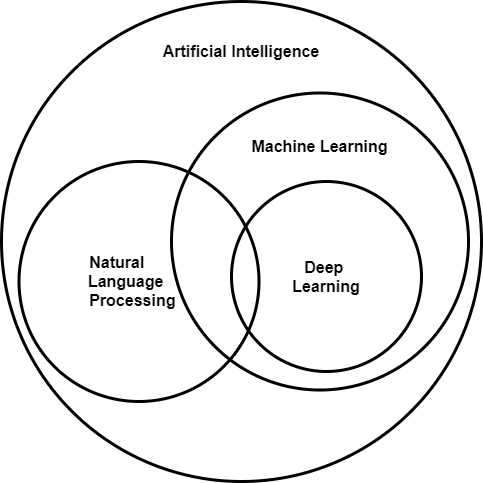
satishgunjal/Images keeps this draw.io diagram as NLP_Venn.png. Above is the earlier version. Source tidied: cells renumbered, new cells last; positions are measured from the earlier drawing's top-left corner, leaving out a move shared by most shapes.
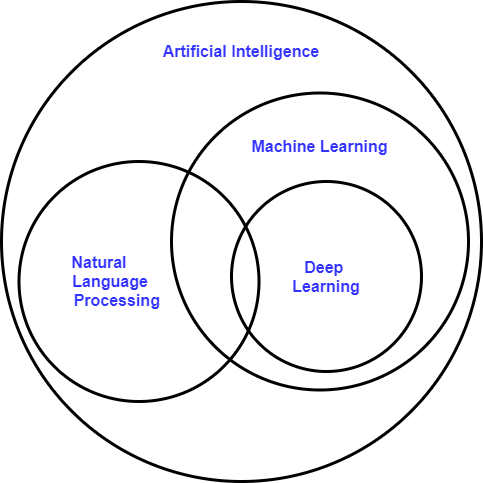
The same file after the commit.

Diff of the diagram source:
```diff
@@ -2,16 +2,16 @@
   <root>
     <mxCell id="0" />
     <mxCell id="1" parent="0" />
-    <mxCell id="2" value="&lt;span style=&quot;font-family: &amp;#34;helvetica&amp;#34; ; font-size: 16px ; font-weight: 700&quot;&gt;Artificial Intelligence&lt;br&gt;&lt;br&gt;&lt;br&gt;&lt;br&gt;&lt;br&gt;&lt;br&gt;&lt;br&gt;&lt;br&gt;&lt;br&gt;&lt;br&gt;&lt;br&gt;&lt;br&gt;&lt;br&gt;&lt;br&gt;&lt;br&gt;&lt;br&gt;&lt;br&gt;&lt;br&gt;&lt;br&gt;&lt;br&gt;&lt;br&gt;&lt;/span&gt;" style="ellipse;whiteSpace=wrap;html=1;strokeWidth=3;strokeColor=#000000;" parent="1" vertex="1">
+    <mxCell id="2" value="&lt;span style=&quot;font-family: &amp;#34;helvetica&amp;#34; ; font-size: 16px ; font-weight: 700&quot;&gt;&lt;font color=&quot;#3333ff&quot;&gt;Artificial Intelligence&lt;br&gt;&lt;br&gt;&lt;br&gt;&lt;br&gt;&lt;br&gt;&lt;br&gt;&lt;br&gt;&lt;br&gt;&lt;br&gt;&lt;br&gt;&lt;br&gt;&lt;br&gt;&lt;br&gt;&lt;br&gt;&lt;br&gt;&lt;br&gt;&lt;br&gt;&lt;br&gt;&lt;br&gt;&lt;br&gt;&lt;/font&gt;&lt;br&gt;&lt;/span&gt;" style="ellipse;whiteSpace=wrap;html=1;strokeWidth=3;strokeColor=#000000;" parent="1" vertex="1">
       <mxGeometry width="480" height="480" as="geometry" />
     </mxCell>
-    <mxCell id="3" value="&lt;span style=&quot;font-family: &amp;#34;helvetica&amp;#34; ; font-size: 16px ; font-weight: 700&quot;&gt;Machine Learning&lt;br&gt;&lt;br&gt;&lt;br&gt;&lt;br&gt;&lt;br&gt;&lt;br&gt;&lt;br&gt;&lt;br&gt;&lt;br&gt;&lt;br&gt;&lt;br&gt;&lt;/span&gt;" style="ellipse;whiteSpace=wrap;html=1;strokeWidth=3;strokeColor=#000000;fillColor=none;" parent="1" vertex="1">
+    <mxCell id="3" value="&lt;span style=&quot;font-family: &amp;#34;helvetica&amp;#34; ; font-size: 16px ; font-weight: 700&quot;&gt;&lt;font color=&quot;#3333ff&quot;&gt;Machine Learning&lt;br&gt;&lt;br&gt;&lt;br&gt;&lt;br&gt;&lt;br&gt;&lt;br&gt;&lt;br&gt;&lt;br&gt;&lt;br&gt;&lt;br&gt;&lt;/font&gt;&lt;br&gt;&lt;/span&gt;" style="ellipse;whiteSpace=wrap;html=1;strokeWidth=3;strokeColor=#000000;fillColor=none;" parent="1" vertex="1">
       <mxGeometry x="170" y="91.5" width="297" height="297" as="geometry" />
     </mxCell>
-    <mxCell id="4" value="&lt;span style=&quot;font-family: &amp;#34;helvetica&amp;#34; ; font-size: 16px ; font-weight: 700&quot;&gt;Natural&amp;nbsp; &amp;nbsp; &amp;nbsp; &amp;nbsp; &amp;nbsp;&amp;nbsp;&lt;br&gt;Language&amp;nbsp; &amp;nbsp; &amp;nbsp;&amp;nbsp;&lt;br&gt;Processing&amp;nbsp; &amp;nbsp;&lt;br&gt;&lt;/span&gt;" style="ellipse;whiteSpace=wrap;html=1;strokeWidth=3;strokeColor=#000000;fillColor=none;" parent="1" vertex="1">
+    <mxCell id="4" value="&lt;span style=&quot;font-family: &amp;#34;helvetica&amp;#34; ; font-size: 16px ; font-weight: 700&quot;&gt;&lt;font color=&quot;#3333ff&quot;&gt;Natural&amp;nbsp; &amp;nbsp; &amp;nbsp; &amp;nbsp; &amp;nbsp; &amp;nbsp; &amp;nbsp; &amp;nbsp; &amp;nbsp;&amp;nbsp;&lt;br&gt;Language&amp;nbsp; &amp;nbsp; &amp;nbsp; &amp;nbsp; &amp;nbsp; &amp;nbsp; &amp;nbsp;&lt;br&gt;Processing&amp;nbsp; &amp;nbsp; &amp;nbsp; &amp;nbsp; &amp;nbsp;&amp;nbsp;&lt;/font&gt;&lt;br&gt;&lt;/span&gt;" style="ellipse;whiteSpace=wrap;html=1;strokeWidth=3;strokeColor=#000000;fillColor=none;" parent="1" vertex="1">
       <mxGeometry x="17.5" y="160" width="240" height="240" as="geometry" />
     </mxCell>
-    <mxCell id="5" value="&lt;b&gt;&lt;font color=&quot;#000000&quot;&gt;Deep &lt;br&gt;Learning&lt;/font&gt;&lt;/b&gt;" style="ellipse;whiteSpace=wrap;html=1;fontSize=16;fontColor=#0000FF;strokeWidth=3;strokeColor=#000000;fillColor=none;" parent="1" vertex="1">
+    <mxCell id="5" value="&lt;b&gt;&lt;font color=&quot;#3333ff&quot;&gt;Deep &lt;br&gt;Learning&lt;/font&gt;&lt;/b&gt;" style="ellipse;whiteSpace=wrap;html=1;fontSize=16;fontColor=#0000FF;strokeWidth=3;strokeColor=#000000;fillColor=none;" parent="1" vertex="1">
       <mxGeometry x="230" y="180" width="190" height="190" as="geometry" />
     </mxCell>
   </root>
```
